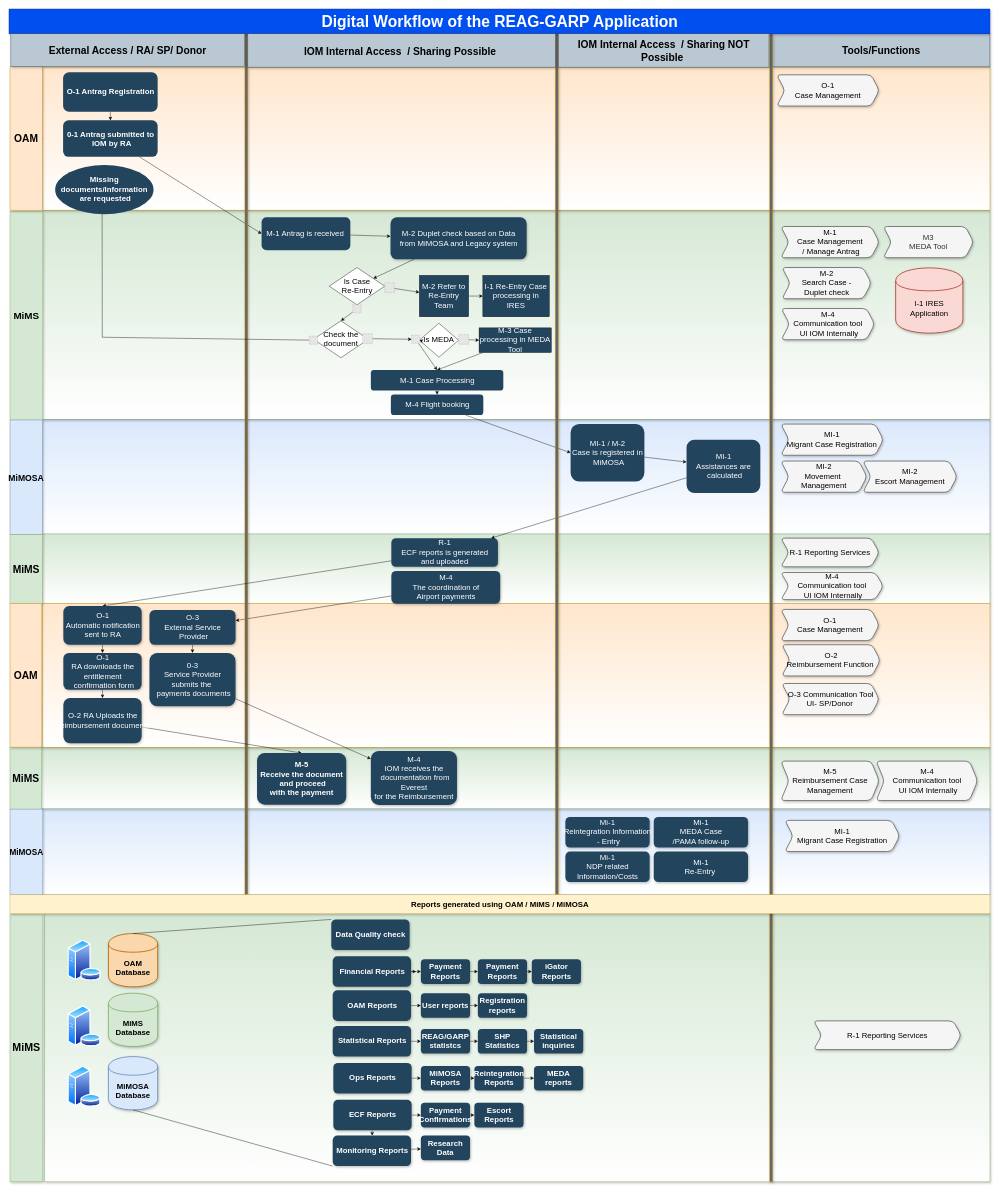
Earlier version of the draw.io diagram page "V2-FINAL" (7 of 10) of IOM-IM-Diagram.drawio (muhip1/azure-streaminganalytics-SQLdb-PowerBi-Grafana-tutorial). Source tidied: cells renumbered, new cells numbered last; positions are measured from the earlier drawing's top-left corner, leaving out a move shared by most shapes. Both pictures are drawn from the tidied source at 41%, with x=0, y=0 at pixel (9, 9). Pictures stored in the file or linked from it are replaced by grey dashed boxes.
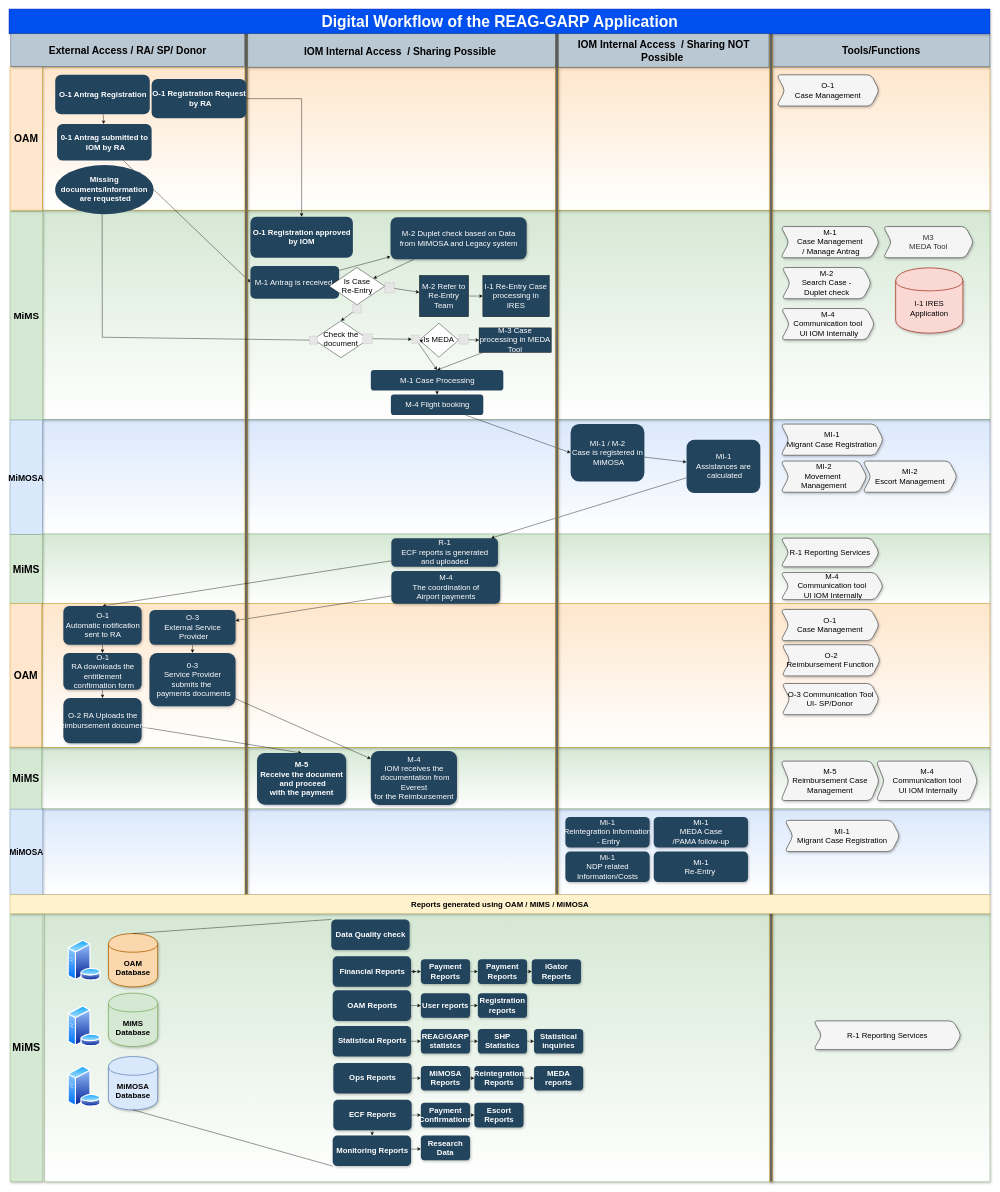
The same page after the edit.

Diff of the diagram source:
```diff
@@
     <mxCell id="11" value="&lt;span style=&quot;color: rgb(255, 255, 255); font-size: 19px;&quot;&gt;0-1 Antrag submitted to&lt;/span&gt;&lt;br style=&quot;color: rgb(255, 255, 255); font-size: 19px;&quot;&gt;&lt;span style=&quot;color: rgb(255, 255, 255); font-size: 19px;&quot;&gt;&amp;nbsp;IOM by RA&lt;/span&gt;" style="rounded=1;fillColor=#23445D;strokeColor=none;strokeWidth=2;fontFamily=Helvetica;html=1;gradientColor=none;fontSize=19;fontStyle=1;" parent="1" vertex="1">
-      <mxGeometry x="131.4" y="271" width="230.6" height="89" as="geometry" />
+      <mxGeometry x="116.7" y="280" width="230.6" height="89" as="geometry" />
     </mxCell>
@@
     <mxCell id="15" value="&lt;font color=&quot;#ffffff&quot; style=&quot;font-size: 19px;&quot;&gt;O-1 Antrag Registration&lt;/font&gt;" style="rounded=1;fillColor=#23445D;strokeColor=none;strokeWidth=2;fontFamily=Helvetica;html=1;gradientColor=none;fontSize=19;fontStyle=1;" parent="1" vertex="1">
-      <mxGeometry x="131.4" y="153.9" width="230.6" height="96.1" as="geometry" />
+      <mxGeometry x="112.2" y="160" width="230.6" height="96.1" as="geometry" />
     </mxCell>
@@
     <mxCell id="17" value="&lt;font color=&quot;#ffffff&quot; style=&quot;font-size: 19px;&quot;&gt;M-1 Antrag is&amp;nbsp;received&amp;nbsp;&lt;/font&gt;" style="rounded=1;fillColor=#23445D;strokeColor=none;strokeWidth=2;fontFamily=Helvetica;html=1;gradientColor=none;fontSize=19;fontStyle=0;" parent="1" vertex="1">
-      <mxGeometry x="615.5" y="507.6" width="216.5" height="80" as="geometry" />
+      <mxGeometry x="588.2" y="626.1" width="216.5" height="80" as="geometry" />
     </mxCell>
@@
+    <mxCell id="156" style="edgeStyle=orthogonalEdgeStyle;rounded=0;jettySize=auto;html=1;fontSize=39;" parent="1" edge="1" source="157" target="158">
+      <mxGeometry relative="1" as="geometry" />
+    </mxCell>
+    <mxCell id="157" value="&lt;font color=&quot;#ffffff&quot; style=&quot;font-size: 19px&quot;&gt;O-1 Registration Request&lt;br&gt;&amp;nbsp;by RA&lt;/font&gt;" style="rounded=1;fillColor=#23445D;strokeColor=none;strokeWidth=2;fontFamily=Helvetica;html=1;gradientColor=none;fontSize=19;fontStyle=1;" parent="1" vertex="1">
+      <mxGeometry x="347.3" y="170" width="230.6" height="96.1" as="geometry" />
+    </mxCell>
+    <mxCell id="158" value="&lt;font color=&quot;#ffffff&quot; style=&quot;font-size: 19px&quot;&gt;O-1 Registration approved &lt;br&gt;by IOM&lt;/font&gt;" style="rounded=1;fillColor=#23445D;strokeColor=none;strokeWidth=2;fontFamily=Helvetica;html=1;gradientColor=none;fontSize=19;fontStyle=1;" parent="1" vertex="1">
+      <mxGeometry x="588.2" y="506.1" width="250" height="100" as="geometry" />
+    </mxCell>
```
